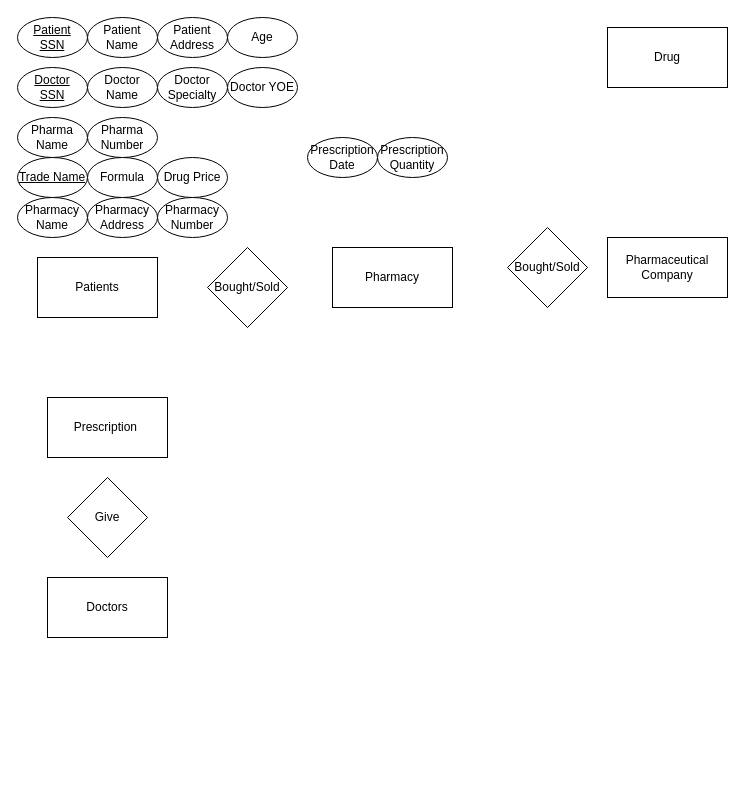
This is Homework2.drawio from Swoopi/2022_0s_211, a draw.io file, before an edit. Source tidied: cells renumbered, new cells numbered last; positions are measured from the earlier drawing's top-left corner, leaving out a move shared by most shapes. Both pictures are drawn from the tidied source at 100%, with x=0, y=0 at pixel (17, 17).
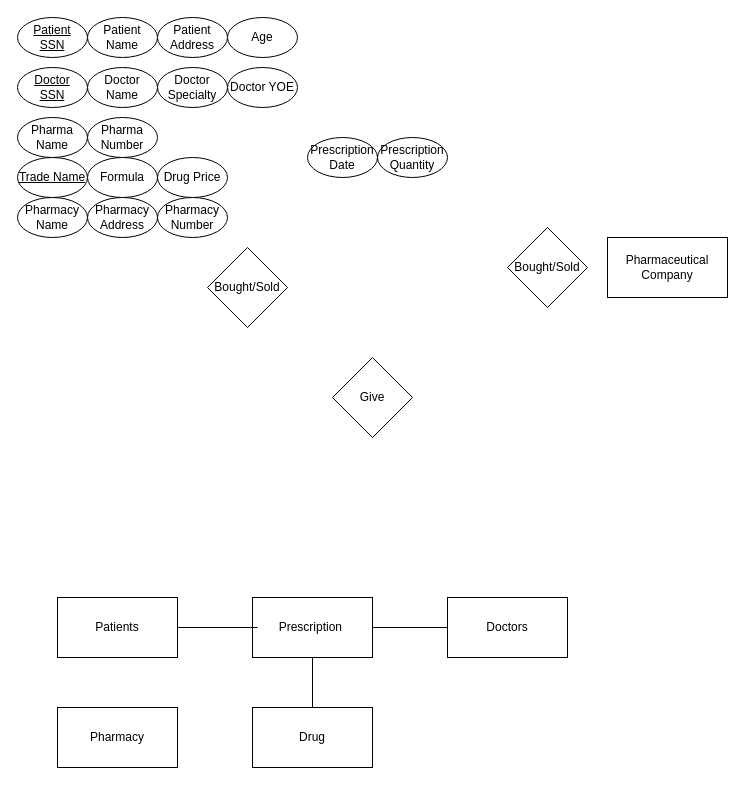
The same diagram, later.

Change to the diagram source:
```diff
@@
     <mxCell id="2" value="Patients" style="rounded=0;whiteSpace=wrap;html=1;" parent="1" vertex="1">
-      <mxGeometry x="20" y="240" width="120" height="60" as="geometry" />
+      <mxGeometry x="40" y="580" width="120" height="60" as="geometry" />
     </mxCell>
     <mxCell id="3" value="Doctors" style="rounded=0;whiteSpace=wrap;html=1;" parent="1" vertex="1">
-      <mxGeometry x="30" y="560" width="120" height="60" as="geometry" />
+      <mxGeometry x="430" y="580" width="120" height="60" as="geometry" />
     </mxCell>
     <mxCell id="4" value="Pharmacy" style="rounded=0;whiteSpace=wrap;html=1;" parent="1" vertex="1">
-      <mxGeometry x="315" y="230" width="120" height="60" as="geometry" />
+      <mxGeometry x="40" y="690" width="120" height="60" as="geometry" />
     </mxCell>
@@
     <mxCell id="6" value="Drug" style="rounded=0;whiteSpace=wrap;html=1;" parent="1" vertex="1">
-      <mxGeometry x="590" y="10" width="120" height="60" as="geometry" />
+      <mxGeometry x="235" y="690" width="120" height="60" as="geometry" />
     </mxCell>
@@
     <mxCell id="23" value="Give" style="rhombus;whiteSpace=wrap;html=1;" parent="1" vertex="1">
-      <mxGeometry x="50" y="460" width="80" height="80" as="geometry" />
+      <mxGeometry x="315" y="340" width="80" height="80" as="geometry" />
     </mxCell>
@@
     <mxCell id="26" value="Prescription&amp;nbsp;" style="rounded=0;whiteSpace=wrap;html=1;" parent="1" vertex="1">
-      <mxGeometry x="30" y="380" width="120" height="60" as="geometry" />
+      <mxGeometry x="235" y="580" width="120" height="60" as="geometry" />
     </mxCell>
@@
+    <mxCell id="29" style="endArrow=none;html=1;rounded=0;exitX=1;exitY=0.5;exitDx=0;exitDy=0;" parent="1" edge="1" source="2">
+      <mxGeometry relative="1" as="geometry">
+        <mxPoint x="240" y="610" as="targetPoint" />
+      </mxGeometry>
+    </mxCell>
+    <mxCell id="30" style="endArrow=none;html=1;rounded=0;exitX=0;exitY=0.5;exitDx=0;exitDy=0;entryX=1;entryY=0.5;entryDx=0;entryDy=0;" parent="1" edge="1" source="3" target="26">
+      <mxGeometry relative="1" as="geometry" />
+    </mxCell>
+    <mxCell id="31" style="endArrow=none;html=1;rounded=0;entryX=0.5;entryY=1;entryDx=0;entryDy=0;exitX=0.5;exitY=0;exitDx=0;exitDy=0;" parent="1" edge="1" source="6" target="26">
+      <mxGeometry relative="1" as="geometry" />
+    </mxCell>
```
